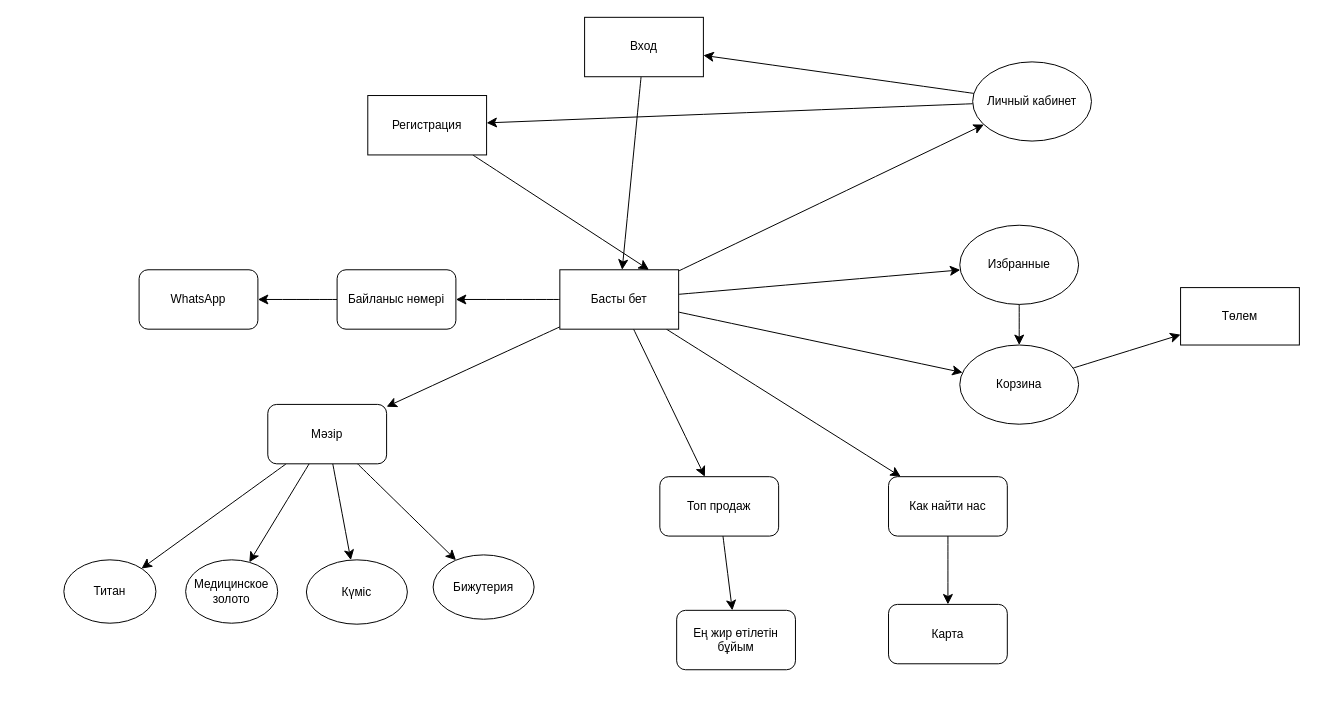
This is page "Страница — 1" (1 of 2) of Диаграмма без названия.drawio from NurailymZh/Clinic, a draw.io file, before an edit. Source tidied: cells renumbered, new cells numbered last; positions are measured from the earlier drawing's top-left corner, leaving out a move shared by most shapes. Both pictures are drawn from the tidied source at 99%, with x=0, y=0 at pixel (63, 17).
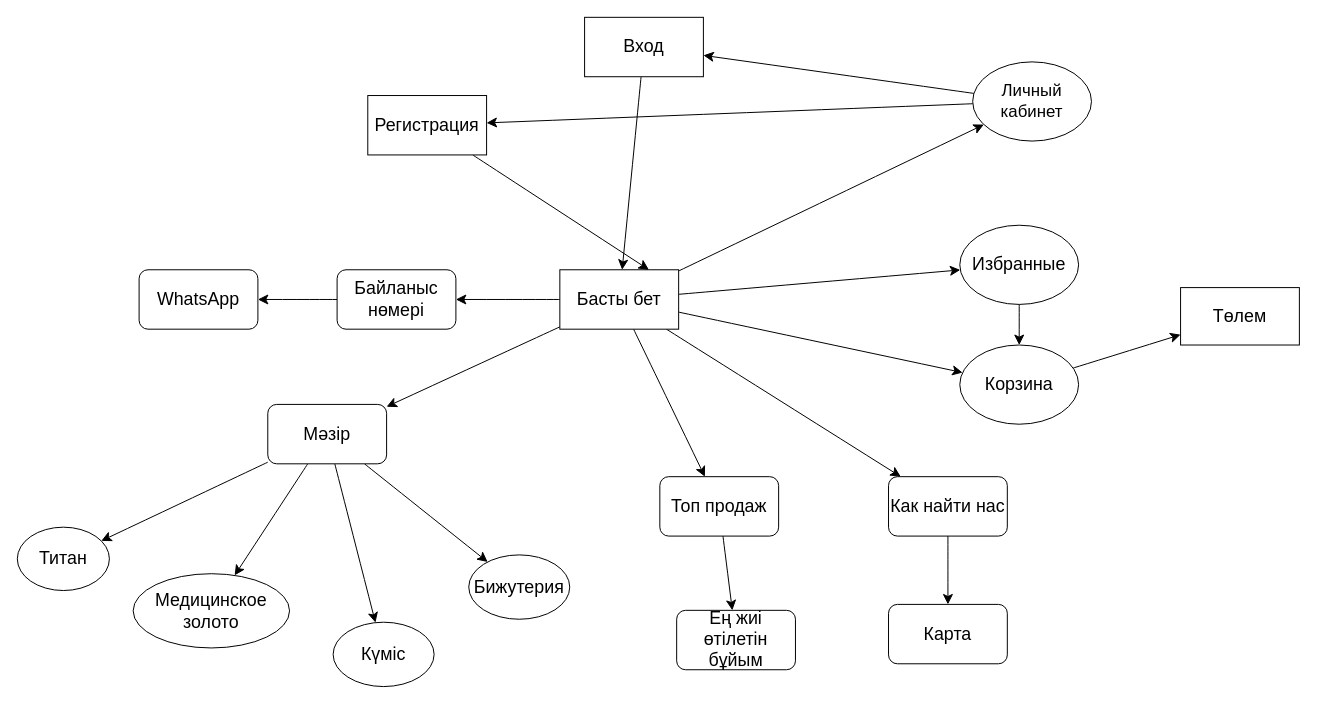
After the change.

Change to the diagram source:
```diff
@@
-    <mxCell id="9" value="Басты бет" style="rounded=0;whiteSpace=wrap;html=1;" parent="1" vertex="1">
+    <mxCell id="9" value="&lt;font style=&quot;font-size: 18px;&quot;&gt;Басты бет&lt;/font&gt;" style="rounded=0;whiteSpace=wrap;html=1;" parent="1" vertex="1">
       <mxGeometry x="501" y="255" width="120" height="60" as="geometry" />
     </mxCell>
@@
-    <mxCell id="14" value="Мәзір" style="rounded=1;whiteSpace=wrap;html=1;" parent="1" vertex="1">
+    <mxCell id="14" value="&lt;font style=&quot;font-size: 18px;&quot;&gt;Мәзір&lt;/font&gt;" style="rounded=1;whiteSpace=wrap;html=1;" parent="1" vertex="1">
       <mxGeometry x="206" y="391" width="120" height="60" as="geometry" />
     </mxCell>
-    <mxCell id="15" value="Титан" style="ellipse;whiteSpace=wrap;html=1;" parent="1" vertex="1">
-      <mxGeometry y="548" width="93" height="64" as="geometry" />
+    <mxCell id="15" value="&lt;font style=&quot;font-size: 18px;&quot;&gt;Титан&lt;/font&gt;" style="ellipse;whiteSpace=wrap;html=1;" parent="1" vertex="1">
+      <mxGeometry x="-47" y="515" width="93" height="64" as="geometry" />
     </mxCell>
-    <mxCell id="16" value="Медицинское золото" style="ellipse;whiteSpace=wrap;html=1;" parent="1" vertex="1">
-      <mxGeometry x="123" y="548" width="93" height="64" as="geometry" />
+    <mxCell id="16" value="&lt;font style=&quot;font-size: 18px;&quot;&gt;Медицинское золото&lt;/font&gt;" style="ellipse;whiteSpace=wrap;html=1;" parent="1" vertex="1">
+      <mxGeometry x="70" y="562" width="158" height="75" as="geometry" />
     </mxCell>
-    <mxCell id="17" value="Күміс" style="ellipse;whiteSpace=wrap;html=1;" parent="1" vertex="1">
-      <mxGeometry x="245" y="548" width="102" height="65" as="geometry" />
+    <mxCell id="17" value="&lt;font style=&quot;font-size: 18px;&quot;&gt;Күміс&lt;/font&gt;" style="ellipse;whiteSpace=wrap;html=1;" parent="1" vertex="1">
+      <mxGeometry x="272" y="611" width="102" height="65" as="geometry" />
     </mxCell>
-    <mxCell id="18" value="Бижутерия" style="ellipse;whiteSpace=wrap;html=1;" parent="1" vertex="1">
-      <mxGeometry x="373" y="543" width="102" height="65" as="geometry" />
+    <mxCell id="18" value="&lt;font style=&quot;font-size: 18px;&quot;&gt;Бижутерия&lt;/font&gt;" style="ellipse;whiteSpace=wrap;html=1;" parent="1" vertex="1">
+      <mxGeometry x="409" y="543" width="102" height="65" as="geometry" />
     </mxCell>
@@
-    <mxCell id="20" value="Топ продаж" style="rounded=1;whiteSpace=wrap;html=1;" parent="1" vertex="1">
+    <mxCell id="20" value="&lt;font style=&quot;font-size: 18px;&quot;&gt;Топ продаж&lt;/font&gt;" style="rounded=1;whiteSpace=wrap;html=1;" parent="1" vertex="1">
       <mxGeometry x="602" y="464" width="120" height="60" as="geometry" />
     </mxCell>
-    <mxCell id="21" value="Ең жир өтілетін бұйым" style="whiteSpace=wrap;html=1;rounded=1;" parent="1" vertex="1">
+    <mxCell id="21" value="&lt;font style=&quot;font-size: 18px;&quot;&gt;Ең жиі өтілетін бұйым&lt;/font&gt;" style="whiteSpace=wrap;html=1;rounded=1;" parent="1" vertex="1">
       <mxGeometry x="619" y="599" width="120" height="60" as="geometry" />
     </mxCell>
@@
-    <mxCell id="23" value="Как найти нас" style="rounded=1;whiteSpace=wrap;html=1;" parent="1" vertex="1">
+    <mxCell id="23" value="&lt;font style=&quot;font-size: 18px;&quot;&gt;Как найти нас&lt;/font&gt;" style="rounded=1;whiteSpace=wrap;html=1;" parent="1" vertex="1">
       <mxGeometry x="833" y="464" width="120" height="60" as="geometry" />
     </mxCell>
-    <mxCell id="24" value="Карта" style="whiteSpace=wrap;html=1;rounded=1;" parent="1" vertex="1">
+    <mxCell id="24" value="&lt;font style=&quot;font-size: 18px;&quot;&gt;Карта&lt;/font&gt;" style="whiteSpace=wrap;html=1;rounded=1;" parent="1" vertex="1">
       <mxGeometry x="833" y="593" width="120" height="60" as="geometry" />
     </mxCell>
@@
-    <mxCell id="26" value="Байланыс нөмері" style="rounded=1;whiteSpace=wrap;html=1;" parent="1" vertex="1">
+    <mxCell id="26" value="&lt;font style=&quot;font-size: 18px;&quot;&gt;Байланыс нөмері&lt;/font&gt;" style="rounded=1;whiteSpace=wrap;html=1;" parent="1" vertex="1">
       <mxGeometry x="276" y="255" width="120" height="60" as="geometry" />
     </mxCell>
-    <mxCell id="27" value="WhatsApp" style="rounded=1;whiteSpace=wrap;html=1;" parent="1" vertex="1">
+    <mxCell id="27" value="&lt;font style=&quot;font-size: 18px;&quot;&gt;WhatsApp&lt;/font&gt;" style="rounded=1;whiteSpace=wrap;html=1;" parent="1" vertex="1">
       <mxGeometry x="76" y="255" width="120" height="60" as="geometry" />
     </mxCell>
@@
-    <mxCell id="29" value="Избранные" style="ellipse;whiteSpace=wrap;html=1;" parent="1" vertex="1">
+    <mxCell id="29" value="&lt;font style=&quot;font-size: 18px;&quot;&gt;Избранные&lt;/font&gt;" style="ellipse;whiteSpace=wrap;html=1;" parent="1" vertex="1">
       <mxGeometry x="905" y="210" width="120" height="80" as="geometry" />
     </mxCell>
@@
-    <mxCell id="31" value="Корзина" style="ellipse;whiteSpace=wrap;html=1;" parent="1" vertex="1">
+    <mxCell id="31" value="&lt;font style=&quot;font-size: 18px;&quot;&gt;Корзина&lt;/font&gt;" style="ellipse;whiteSpace=wrap;html=1;" parent="1" vertex="1">
       <mxGeometry x="905" y="331" width="120" height="80" as="geometry" />
     </mxCell>
@@
-    <mxCell id="34" value="Личный кабинет" style="ellipse;whiteSpace=wrap;html=1;" parent="1" vertex="1">
+    <mxCell id="34" value="&lt;font style=&quot;font-size: 17px;&quot;&gt;Личный кабинет&lt;/font&gt;" style="ellipse;whiteSpace=wrap;html=1;" parent="1" vertex="1">
       <mxGeometry x="918" y="45" width="120" height="80" as="geometry" />
     </mxCell>
@@
-    <mxCell id="36" value="Вход" style="whiteSpace=wrap;html=1;" parent="1" vertex="1">
+    <mxCell id="36" value="&lt;font style=&quot;font-size: 18px;&quot;&gt;Вход&lt;/font&gt;" style="whiteSpace=wrap;html=1;" parent="1" vertex="1">
       <mxGeometry x="526" width="120" height="60" as="geometry" />
     </mxCell>
@@
-    <mxCell id="38" value="Регистрация" style="whiteSpace=wrap;html=1;" parent="1" vertex="1">
+    <mxCell id="38" value="&lt;font style=&quot;font-size: 18px;&quot;&gt;Регистрация&lt;/font&gt;" style="whiteSpace=wrap;html=1;" parent="1" vertex="1">
       <mxGeometry x="307" y="79" width="120" height="60" as="geometry" />
     </mxCell>
-    <mxCell id="39" value="Төлем" style="whiteSpace=wrap;html=1;" parent="1" vertex="1">
+    <mxCell id="39" value="&lt;font style=&quot;font-size: 18px;&quot;&gt;Төлем&lt;/font&gt;" style="whiteSpace=wrap;html=1;" parent="1" vertex="1">
       <mxGeometry x="1128" y="273" width="120" height="58" as="geometry" />
     </mxCell>
```
